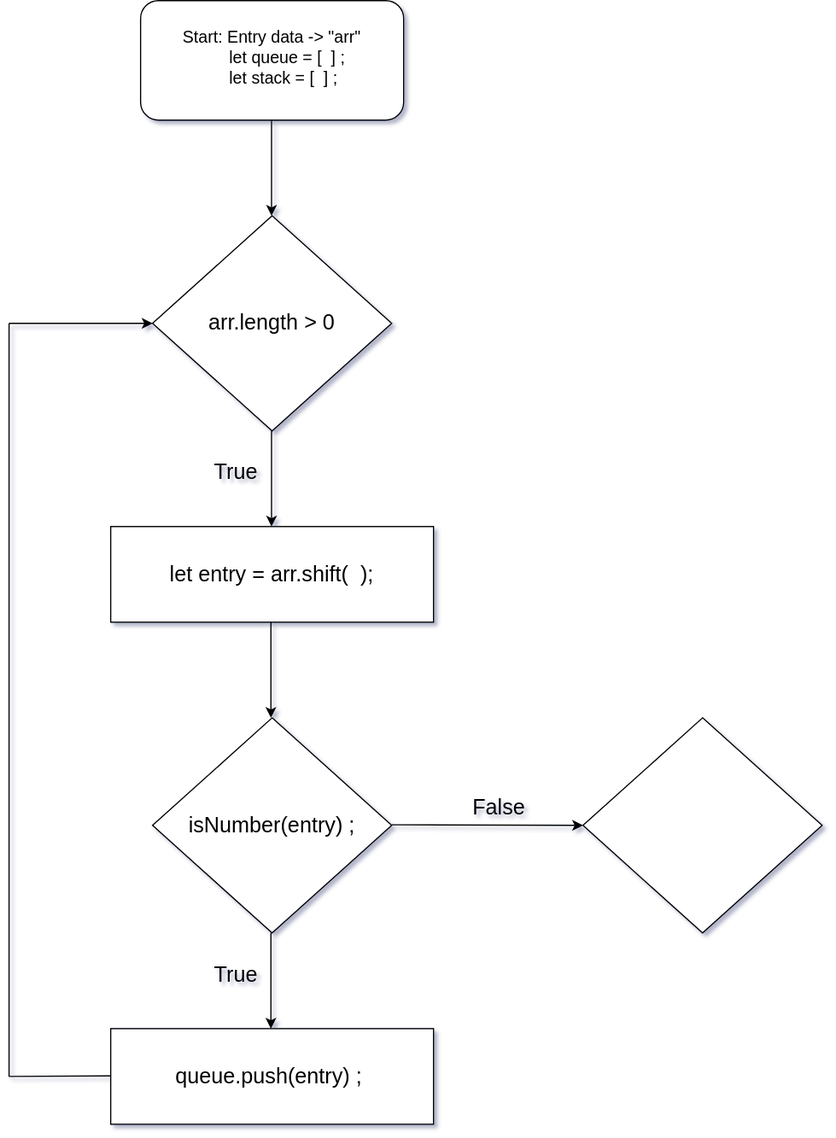
jcgm3205/jcgm3205 keeps this draw.io diagram as Untitled Diagram.drawio.svg. Above is the earlier version. Source tidied: cells renumbered, new cells last; positions are measured from the earlier drawing's top-left corner, leaving out a move shared by most shapes.
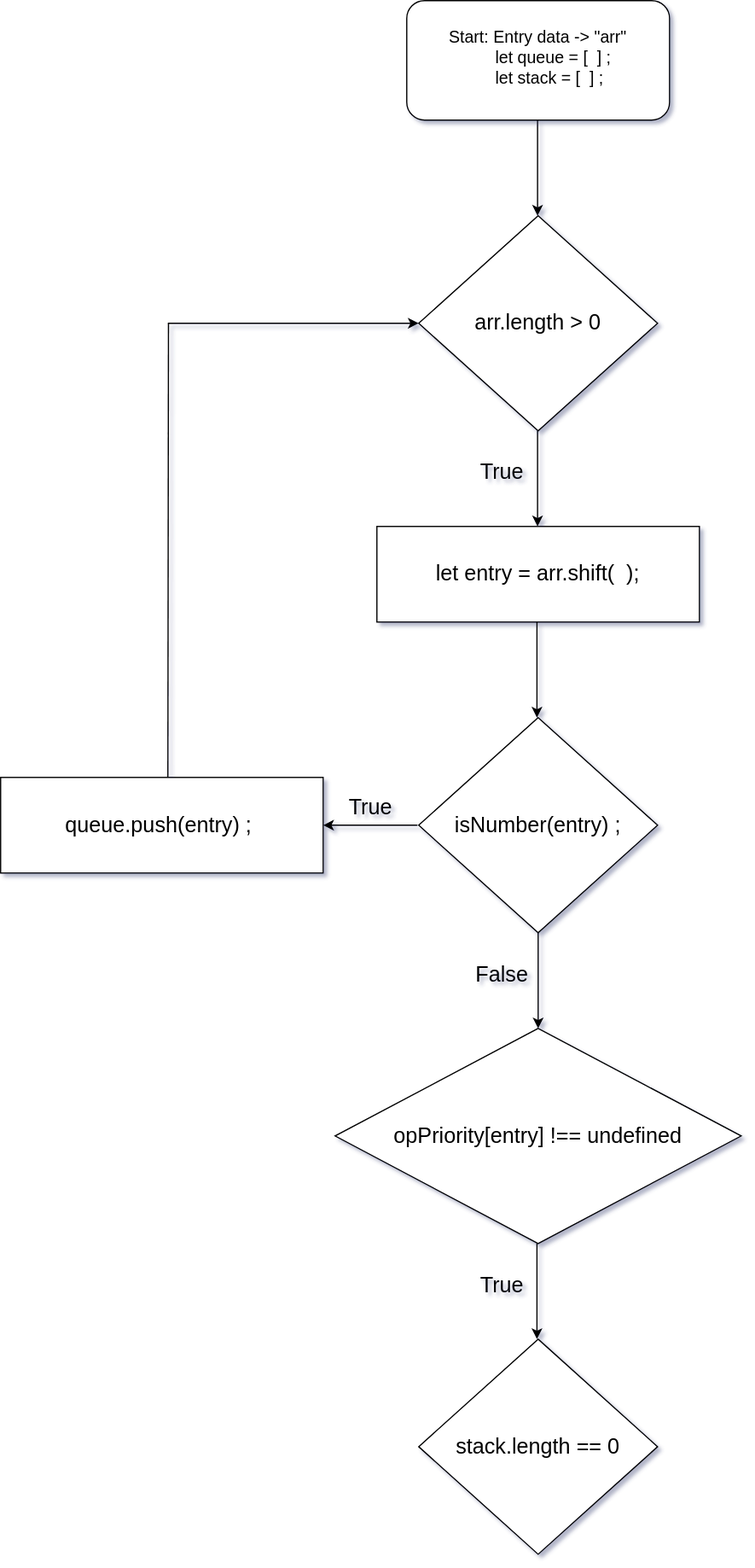
After the commit.

Change to the diagram source:
```diff
@@ -49,47 +49,59 @@
     </mxCell>
     <mxCell id="14" style="endArrow=classic;html=1;rounded=0;fontSize=14;" parent="1" edge="1">
       <mxGeometry relative="1" as="geometry">
-        <mxPoint x="219" y="780" as="sourcePoint" />
-        <mxPoint x="219" y="860" as="targetPoint" />
+        <mxPoint x="119" y="690" as="sourcePoint" />
+        <mxPoint x="40" y="690" as="targetPoint" />
       </mxGeometry>
     </mxCell>
     <mxCell id="15" value="True" style="text;html=1;strokeColor=none;fillColor=none;align=center;verticalAlign=middle;whiteSpace=wrap;rounded=0;fontSize=18;" parent="1" vertex="1">
-      <mxGeometry x="160" y="800" width="60" height="30" as="geometry" />
+      <mxGeometry x="50" y="660" width="60" height="30" as="geometry" />
     </mxCell>
     <mxCell id="16" style="rounded=0;whiteSpace=wrap;html=1;fontSize=18;" parent="1" vertex="1">
-      <mxGeometry x="85" y="860" width="270" height="80" as="geometry" />
+      <mxGeometry x="-230" y="650" width="270" height="80" as="geometry" />
     </mxCell>
     <mxCell id="17" value="queue.push(entry) ;&amp;nbsp;" style="text;html=1;strokeColor=none;fillColor=none;align=center;verticalAlign=middle;whiteSpace=wrap;rounded=0;fontSize=18;" parent="1" vertex="1">
-      <mxGeometry x="120" y="880" width="200" height="40" as="geometry" />
+      <mxGeometry x="-195" y="670" width="200" height="40" as="geometry" />
     </mxCell>
-    <mxCell id="18" style="endArrow=none;html=1;rounded=0;fontSize=18;" parent="1" edge="1">
-      <mxGeometry relative="1" as="geometry">
-        <mxPoint y="900" as="sourcePoint" />
-        <mxPoint x="85" y="899.5" as="targetPoint" />
-      </mxGeometry>
-    </mxCell>
     <mxCell id="19" style="endArrow=none;html=1;rounded=0;fontSize=18;" parent="1" edge="1">
       <mxGeometry relative="1" as="geometry">
-        <mxPoint y="900" as="sourcePoint" />
-        <mxPoint y="270" as="targetPoint" />
+        <mxPoint x="-90" y="650" as="sourcePoint" />
+        <mxPoint x="-89.5" y="270" as="targetPoint" />
       </mxGeometry>
     </mxCell>
     <mxCell id="20" style="endArrow=classic;html=1;rounded=0;fontSize=18;" parent="1" edge="1" target="5">
       <mxGeometry relative="1" as="geometry">
-        <mxPoint y="270" as="sourcePoint" />
+        <mxPoint x="-90" y="270" as="sourcePoint" />
       </mxGeometry>
     </mxCell>
     <mxCell id="21" style="endArrow=classic;html=1;rounded=0;fontSize=18;" parent="1" edge="1">
       <mxGeometry relative="1" as="geometry">
-        <mxPoint x="320" y="689.5" as="sourcePoint" />
-        <mxPoint x="480" y="690" as="targetPoint" />
+        <mxPoint x="220" y="780" as="sourcePoint" />
+        <mxPoint x="220" y="860" as="targetPoint" />
       </mxGeometry>
     </mxCell>
     <mxCell id="22" value="False" style="text;html=1;strokeColor=none;fillColor=none;align=center;verticalAlign=middle;whiteSpace=wrap;rounded=0;fontSize=18;" parent="1" vertex="1">
-      <mxGeometry x="380" y="660" width="60" height="30" as="geometry" />
+      <mxGeometry x="160" y="800" width="60" height="30" as="geometry" />
     </mxCell>
     <mxCell id="23" style="rhombus;whiteSpace=wrap;html=1;fontSize=14;" parent="1" vertex="1">
-      <mxGeometry x="480" y="600" width="200" height="180" as="geometry" />
+      <mxGeometry x="50" y="860" width="340" height="180" as="geometry" />
     </mxCell>
+    <mxCell id="24" value="opPriority[entry] !== undefined" style="text;html=1;strokeColor=none;fillColor=none;align=center;verticalAlign=middle;whiteSpace=wrap;rounded=0;fontSize=18;" parent="1" vertex="1">
+      <mxGeometry x="90" y="910" width="260" height="80" as="geometry" />
+    </mxCell>
+    <mxCell id="25" style="endArrow=classic;html=1;rounded=0;fontSize=18;" parent="1" edge="1">
+      <mxGeometry relative="1" as="geometry">
+        <mxPoint x="219" y="1040" as="sourcePoint" />
+        <mxPoint x="219" y="1120" as="targetPoint" />
+      </mxGeometry>
+    </mxCell>
+    <mxCell id="26" value="True" style="text;html=1;strokeColor=none;fillColor=none;align=center;verticalAlign=middle;whiteSpace=wrap;rounded=0;fontSize=18;" parent="1" vertex="1">
+      <mxGeometry x="160" y="1060" width="60" height="30" as="geometry" />
+    </mxCell>
+    <mxCell id="27" style="rhombus;whiteSpace=wrap;html=1;fontSize=14;" parent="1" vertex="1">
+      <mxGeometry x="120" y="1120" width="200" height="180" as="geometry" />
+    </mxCell>
+    <mxCell id="28" value="stack.length == 0" style="text;html=1;strokeColor=none;fillColor=none;align=center;verticalAlign=middle;whiteSpace=wrap;rounded=0;fontSize=18;" parent="1" vertex="1">
+      <mxGeometry x="140" y="1160" width="160" height="100" as="geometry" />
+    </mxCell>
   </root>
 </mxGraphModel>
```
